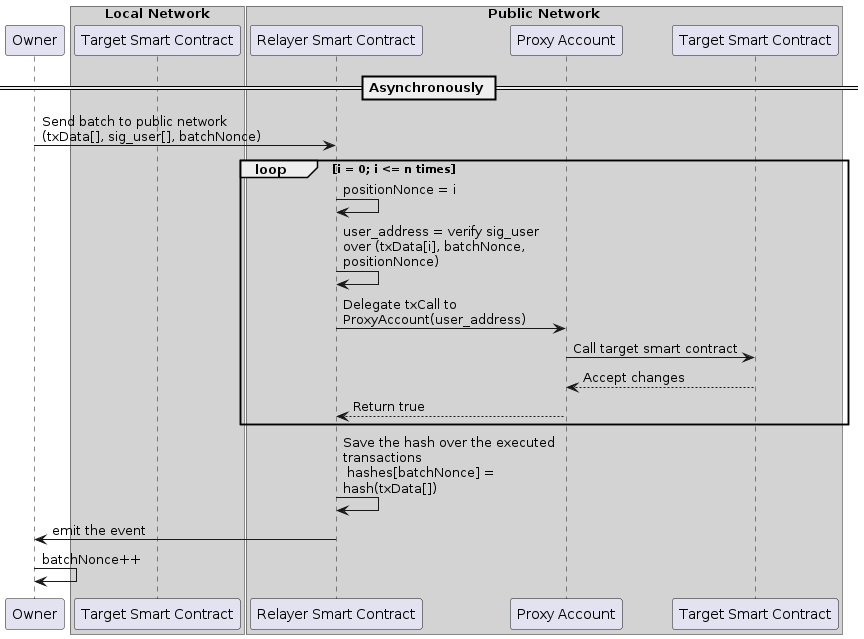
Before: out/UMLs/async/async.png, a diagram exported from PlantUML (ollie041114/account-abstraction-test).
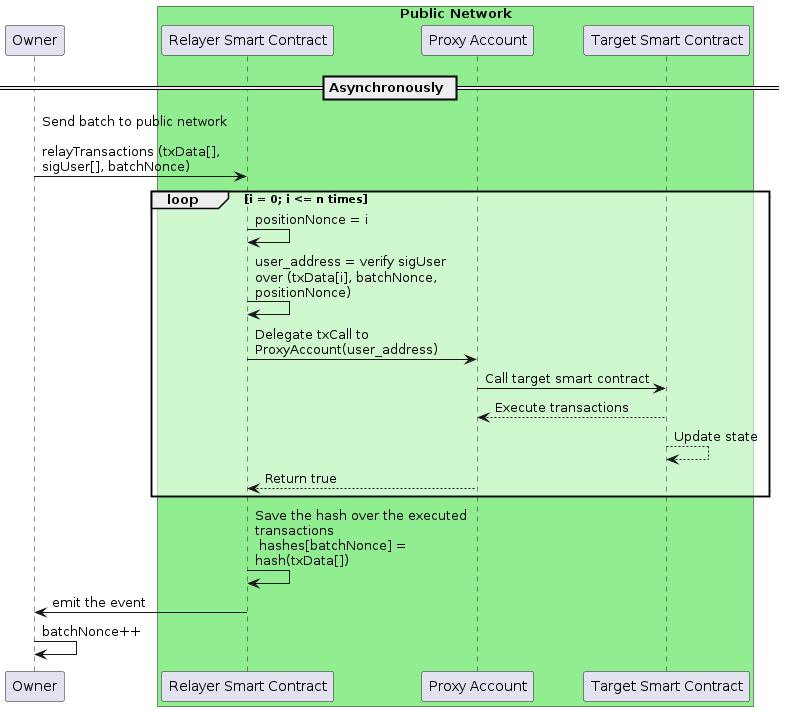
The same diagram one commit later.

What changed in the source:
```diff
@@ -1,14 +1,12 @@
 @startuml async
 skinparam maxMessageSize 220
+skinparam SequenceGroupBodyBackgroundColor #FFFFFF90
 
 participant Owner
 
-box "Local Network" #LightGray
-participant "Target Smart Contract" as LocalBlockchain
-end box
 
 
-box "Public Network" #LightGray
+box "Public Network" #LightGreen
 participant "Relayer Smart Contract" as PublicRelayer
 participant "Proxy Account" as PublicProxy
 participant "Target Smart Contract" as PublicTarget
@@ -17,15 +15,19 @@
 
 == Asynchronously ==
 box Asynchronously
-Owner -> PublicRelayer : Send batch to public network (txData[], sig_user[], batchNonce)
+
+Owner -> PublicRelayer : Send batch to public network \n\nrelayTransactions (txData[], sigUser[], batchNonce)
+
 loop i = 0; i <= n times
   PublicRelayer -> PublicRelayer: positionNonce = i
-  PublicRelayer -> PublicRelayer: user_address = verify sig_user over (txData[i], batchNonce, positionNonce)
+  PublicRelayer -> PublicRelayer: user_address = verify sigUser over (txData[i], batchNonce, positionNonce)
   PublicRelayer -> PublicProxy : Delegate txCall to ProxyAccount(user_address)
   PublicProxy -> PublicTarget : Call target smart contract
-  PublicTarget --> PublicProxy : Accept changes
+  PublicTarget --> PublicProxy : Execute transactions
+  PublicTarget --> PublicTarget : Update state
   PublicProxy --> PublicRelayer : Return true
 end
+
 PublicRelayer -> PublicRelayer: Save the hash over the executed transactions \n hashes[batchNonce] = hash(txData[])
 PublicRelayer -> Owner: emit the event
 Owner -> Owner : batchNonce++
```
